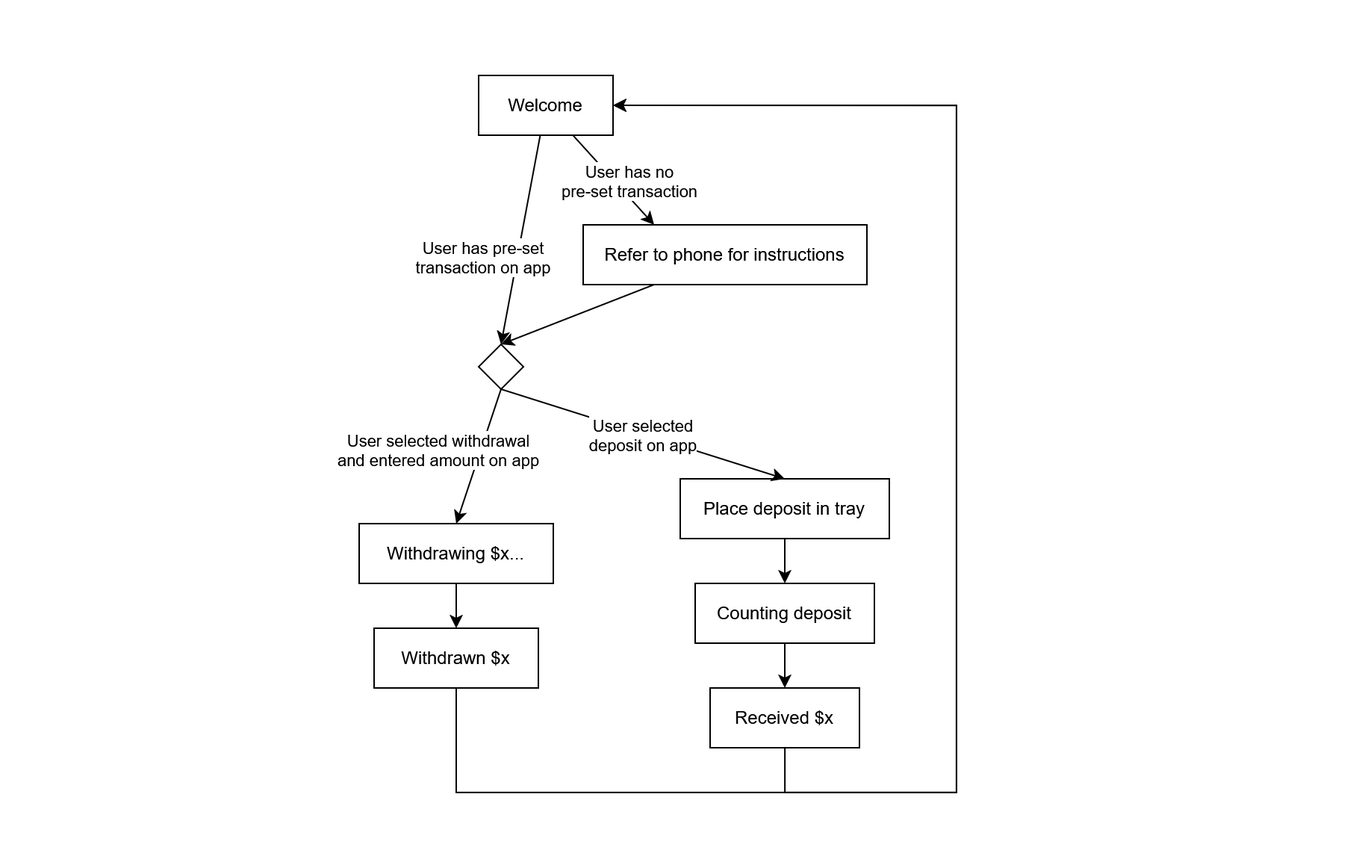
This is docs/atm-ui-flow.png from bombastic-bankers/bombastic-banking, a draw.io export, as it was before one commit. Source tidied: cells renumbered, new cells last; positions are measured from the earlier drawing's top-left corner, leaving out a move shared by most shapes. The source it was exported from:
```xml
<mxGraphModel>
  <root>
    <mxCell id="0" />
    <mxCell id="1" parent="0" />
    <mxCell id="2" style="rounded=0;whiteSpace=wrap;html=1;fillColor=none;strokeColor=none;" parent="1" vertex="1">
      <mxGeometry width="910" height="580" as="geometry" />
    </mxCell>
    <mxCell id="3" style="rounded=0;jettySize=auto;html=1;entryX=0.25;entryY=0;entryDx=0;entryDy=0;" parent="1" edge="1" source="7" target="9">
      <mxGeometry relative="1" as="geometry" />
    </mxCell>
    <mxCell id="4" value="&lt;div&gt;User has no&lt;/div&gt;&lt;div&gt;pre-set transaction&lt;/div&gt;" style="edgeLabel;html=1;align=center;verticalAlign=middle;rounded=0;" parent="3" vertex="1">
      <mxGeometry x="-0.2" relative="1" as="geometry">
        <mxPoint x="15" y="6" as="offset" />
      </mxGeometry>
    </mxCell>
    <mxCell id="5" style="jettySize=auto;html=1;rounded=0;entryX=0.5;entryY=0;entryDx=0;entryDy=0;" parent="1" edge="1" source="7" target="10">
      <mxGeometry relative="1" as="geometry" />
    </mxCell>
    <mxCell id="6" value="&lt;div&gt;User has pre-set&lt;/div&gt;&lt;div&gt;transaction on app&lt;/div&gt;" style="edgeLabel;html=1;align=center;verticalAlign=middle;rounded=0;" parent="5" vertex="1">
      <mxGeometry x="0.17" y="-1" relative="1" as="geometry">
        <mxPoint x="-22" as="offset" />
      </mxGeometry>
    </mxCell>
    <mxCell id="7" value="Welcome" style="rounded=0;whiteSpace=wrap;html=1;" parent="1" vertex="1">
      <mxGeometry x="320" y="50" width="90" height="40" as="geometry" />
    </mxCell>
    <mxCell id="8" style="jettySize=auto;html=1;exitX=0.25;exitY=1;exitDx=0;exitDy=0;entryX=0.5;entryY=0;entryDx=0;entryDy=0;rounded=0;" parent="1" edge="1" source="9" target="10">
      <mxGeometry relative="1" as="geometry" />
    </mxCell>
    <mxCell id="9" value="Refer to phone for instructions" style="rounded=0;whiteSpace=wrap;html=1;" parent="1" vertex="1">
      <mxGeometry x="390" y="150" width="190" height="40" as="geometry" />
    </mxCell>
    <mxCell id="10" style="rhombus;whiteSpace=wrap;html=1;rounded=0;" parent="1" vertex="1">
      <mxGeometry x="320" y="230" width="30" height="30" as="geometry" />
    </mxCell>
    <mxCell id="11" style="jettySize=auto;html=1;exitX=0.5;exitY=1;exitDx=0;exitDy=0;entryX=0.5;entryY=0;entryDx=0;entryDy=0;rounded=0;" parent="1" edge="1" source="10" target="13">
      <mxGeometry relative="1" as="geometry" />
    </mxCell>
    <mxCell id="12" value="&lt;div&gt;User selected withdrawal&lt;/div&gt;&lt;div&gt;and entered amount on app&lt;/div&gt;" style="edgeLabel;html=1;align=center;verticalAlign=middle;rounded=0;" parent="11" vertex="1">
      <mxGeometry x="-0.34" y="4" relative="1" as="geometry">
        <mxPoint x="-36" y="9" as="offset" />
      </mxGeometry>
    </mxCell>
    <mxCell id="13" value="Withdrawing $x..." style="rounded=0;whiteSpace=wrap;html=1;" parent="1" vertex="1">
      <mxGeometry x="240" y="350" width="130" height="40" as="geometry" />
    </mxCell>
    <mxCell id="14" style="jettySize=auto;html=1;entryX=0.5;entryY=0;entryDx=0;entryDy=0;rounded=0;" parent="1" edge="1" source="15" target="16">
      <mxGeometry relative="1" as="geometry" />
    </mxCell>
    <mxCell id="15" value="Place deposit in tray" style="rounded=0;whiteSpace=wrap;html=1;" parent="1" vertex="1">
      <mxGeometry x="455" y="320" width="140" height="40" as="geometry" />
    </mxCell>
    <mxCell id="16" value="Counting deposit" style="rounded=0;whiteSpace=wrap;html=1;" parent="1" vertex="1">
      <mxGeometry x="465" y="390" width="120" height="40" as="geometry" />
    </mxCell>
    <mxCell id="17" style="edgeStyle=orthogonalEdgeStyle;jettySize=auto;html=1;entryX=1;entryY=0.5;entryDx=0;entryDy=0;rounded=0;" parent="1" edge="1" source="18" target="7">
      <mxGeometry relative="1" as="geometry">
        <Array as="points">
          <mxPoint x="305" y="530" />
          <mxPoint x="640" y="530" />
          <mxPoint x="640" y="70" />
        </Array>
      </mxGeometry>
    </mxCell>
    <mxCell id="18" value="Withdrawn $x" style="rounded=0;whiteSpace=wrap;html=1;" parent="1" vertex="1">
      <mxGeometry x="250" y="420" width="110" height="40" as="geometry" />
    </mxCell>
    <mxCell id="19" style="jettySize=auto;html=1;exitX=0.5;exitY=1;exitDx=0;exitDy=0;rounded=0;" parent="1" edge="1" source="13" target="18">
      <mxGeometry relative="1" as="geometry" />
    </mxCell>
    <mxCell id="20" style="edgeStyle=orthogonalEdgeStyle;jettySize=auto;html=1;entryX=1;entryY=0.5;entryDx=0;entryDy=0;rounded=0;" parent="1" edge="1" source="21" target="7">
      <mxGeometry relative="1" as="geometry">
        <Array as="points">
          <mxPoint x="525" y="530" />
          <mxPoint x="640" y="530" />
          <mxPoint x="640" y="70" />
        </Array>
      </mxGeometry>
    </mxCell>
    <mxCell id="21" value="Received $x" style="rounded=0;whiteSpace=wrap;html=1;" parent="1" vertex="1">
      <mxGeometry x="475" y="460" width="100" height="40" as="geometry" />
    </mxCell>
    <mxCell id="22" style="jettySize=auto;html=1;exitX=0.5;exitY=1;exitDx=0;exitDy=0;entryX=0.5;entryY=0;entryDx=0;entryDy=0;rounded=0;" parent="1" edge="1" source="16" target="21">
      <mxGeometry relative="1" as="geometry" />
    </mxCell>
    <mxCell id="23" style="orthogonalLoop=1;jettySize=auto;html=1;exitX=0.5;exitY=1;exitDx=0;exitDy=0;entryX=0.5;entryY=0;entryDx=0;entryDy=0;rounded=0;" parent="1" edge="1">
      <mxGeometry relative="1" as="geometry">
        <mxPoint x="335" y="260" as="sourcePoint" />
        <mxPoint x="525" y="320" as="targetPoint" />
      </mxGeometry>
    </mxCell>
    <mxCell id="24" value="&lt;div&gt;User selected&lt;/div&gt;&lt;div&gt;deposit on app&lt;/div&gt;" style="edgeLabel;html=1;align=center;verticalAlign=middle;rounded=0;" parent="23" vertex="1">
      <mxGeometry x="-0.25" y="-2" relative="1" as="geometry">
        <mxPoint x="24" y="6" as="offset" />
      </mxGeometry>
    </mxCell>
  </root>
</mxGraphModel>
```
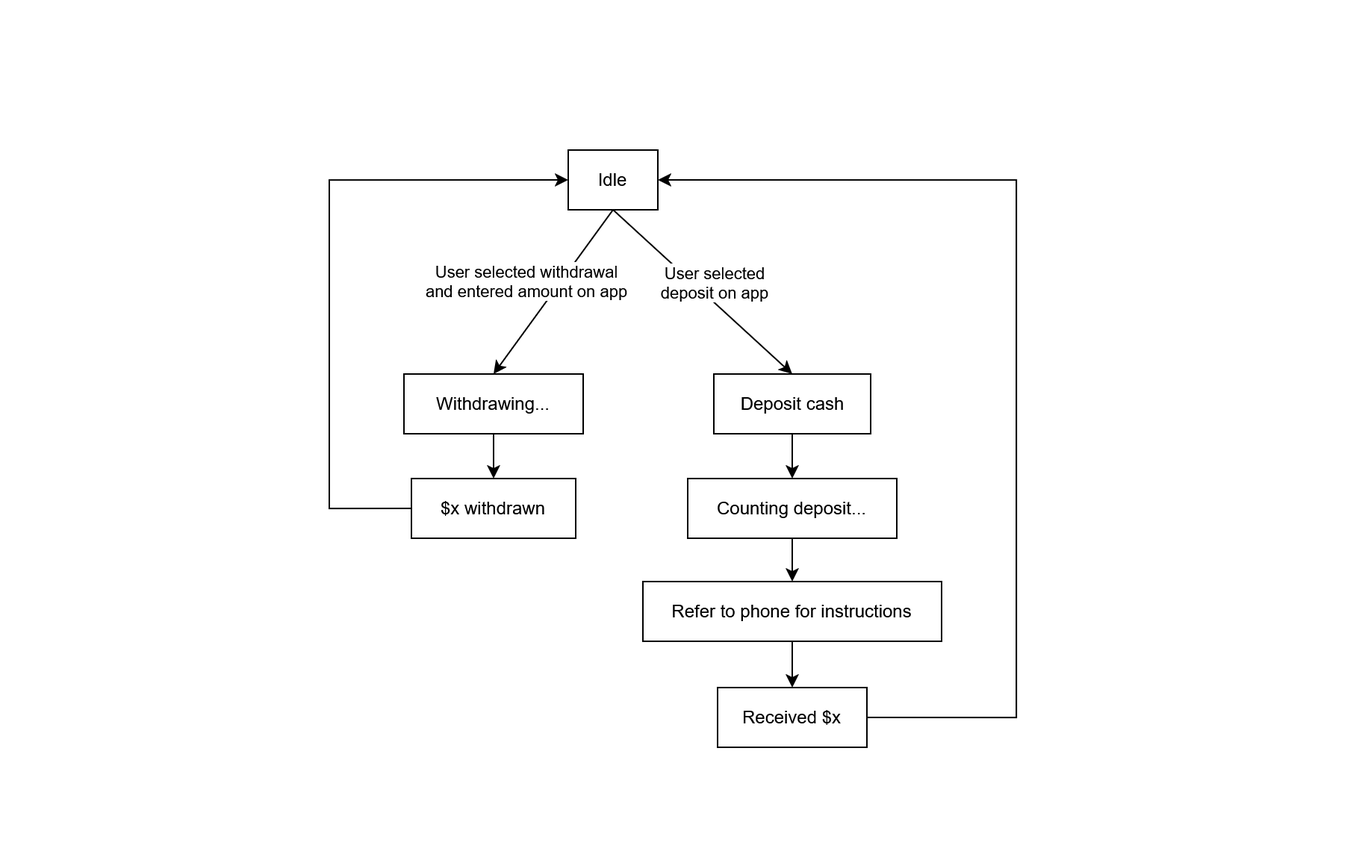
Later version of the same file.

Commit message:
Update ATM user flow diagram

Diff of the diagram source:
```diff
@@ -3,37 +3,12 @@
     <mxCell id="0" />
     <mxCell id="1" parent="0" />
     <mxCell id="2" style="rounded=0;whiteSpace=wrap;html=1;fillColor=none;strokeColor=none;" parent="1" vertex="1">
-      <mxGeometry width="910" height="580" as="geometry" />
+      <mxGeometry x="-750" y="120" width="910" height="580" as="geometry" />
     </mxCell>
-    <mxCell id="3" style="rounded=0;jettySize=auto;html=1;entryX=0.25;entryY=0;entryDx=0;entryDy=0;" parent="1" edge="1" source="7" target="9">
-      <mxGeometry relative="1" as="geometry" />
-    </mxCell>
-    <mxCell id="4" value="&lt;div&gt;User has no&lt;/div&gt;&lt;div&gt;pre-set transaction&lt;/div&gt;" style="edgeLabel;html=1;align=center;verticalAlign=middle;rounded=0;" parent="3" vertex="1">
-      <mxGeometry x="-0.2" relative="1" as="geometry">
-        <mxPoint x="15" y="6" as="offset" />
-      </mxGeometry>
-    </mxCell>
-    <mxCell id="5" style="jettySize=auto;html=1;rounded=0;entryX=0.5;entryY=0;entryDx=0;entryDy=0;" parent="1" edge="1" source="7" target="10">
-      <mxGeometry relative="1" as="geometry" />
-    </mxCell>
-    <mxCell id="6" value="&lt;div&gt;User has pre-set&lt;/div&gt;&lt;div&gt;transaction on app&lt;/div&gt;" style="edgeLabel;html=1;align=center;verticalAlign=middle;rounded=0;" parent="5" vertex="1">
-      <mxGeometry x="0.17" y="-1" relative="1" as="geometry">
-        <mxPoint x="-22" as="offset" />
-      </mxGeometry>
-    </mxCell>
-    <mxCell id="7" value="Welcome" style="rounded=0;whiteSpace=wrap;html=1;" parent="1" vertex="1">
-      <mxGeometry x="320" y="50" width="90" height="40" as="geometry" />
+    <mxCell id="7" value="Idle" style="rounded=0;whiteSpace=wrap;html=1;" parent="1" vertex="1">
+      <mxGeometry x="-370" y="220" width="60" height="40" as="geometry" />
     </mxCell>
-    <mxCell id="8" style="jettySize=auto;html=1;exitX=0.25;exitY=1;exitDx=0;exitDy=0;entryX=0.5;entryY=0;entryDx=0;entryDy=0;rounded=0;" parent="1" edge="1" source="9" target="10">
-      <mxGeometry relative="1" as="geometry" />
-    </mxCell>
-    <mxCell id="9" value="Refer to phone for instructions" style="rounded=0;whiteSpace=wrap;html=1;" parent="1" vertex="1">
-      <mxGeometry x="390" y="150" width="190" height="40" as="geometry" />
-    </mxCell>
-    <mxCell id="10" style="rhombus;whiteSpace=wrap;html=1;rounded=0;" parent="1" vertex="1">
-      <mxGeometry x="320" y="230" width="30" height="30" as="geometry" />
-    </mxCell>
-    <mxCell id="11" style="jettySize=auto;html=1;exitX=0.5;exitY=1;exitDx=0;exitDy=0;entryX=0.5;entryY=0;entryDx=0;entryDy=0;rounded=0;" parent="1" edge="1" source="10" target="13">
+    <mxCell id="11" style="jettySize=auto;html=1;entryX=0.5;entryY=0;entryDx=0;entryDy=0;rounded=0;exitX=0.5;exitY=1;exitDx=0;exitDy=0;" parent="1" edge="1" source="7" target="13">
       <mxGeometry relative="1" as="geometry" />
     </mxCell>
     <mxCell id="12" value="&lt;div&gt;User selected withdrawal&lt;/div&gt;&lt;div&gt;and entered amount on app&lt;/div&gt;" style="edgeLabel;html=1;align=center;verticalAlign=middle;rounded=0;" parent="11" vertex="1">
@@ -41,58 +16,59 @@
         <mxPoint x="-36" y="9" as="offset" />
       </mxGeometry>
     </mxCell>
-    <mxCell id="13" value="Withdrawing $x..." style="rounded=0;whiteSpace=wrap;html=1;" parent="1" vertex="1">
-      <mxGeometry x="240" y="350" width="130" height="40" as="geometry" />
+    <mxCell id="13" value="Withdrawing..." style="rounded=0;whiteSpace=wrap;html=1;" parent="1" vertex="1">
+      <mxGeometry x="-480" y="370" width="120" height="40" as="geometry" />
     </mxCell>
     <mxCell id="14" style="jettySize=auto;html=1;entryX=0.5;entryY=0;entryDx=0;entryDy=0;rounded=0;" parent="1" edge="1" source="15" target="16">
       <mxGeometry relative="1" as="geometry" />
     </mxCell>
-    <mxCell id="15" value="Place deposit in tray" style="rounded=0;whiteSpace=wrap;html=1;" parent="1" vertex="1">
-      <mxGeometry x="455" y="320" width="140" height="40" as="geometry" />
+    <mxCell id="15" value="Deposit cash" style="rounded=0;whiteSpace=wrap;html=1;" parent="1" vertex="1">
+      <mxGeometry x="-272.5" y="370" width="105" height="40" as="geometry" />
     </mxCell>
-    <mxCell id="16" value="Counting deposit" style="rounded=0;whiteSpace=wrap;html=1;" parent="1" vertex="1">
-      <mxGeometry x="465" y="390" width="120" height="40" as="geometry" />
+    <mxCell id="16" value="Counting deposit..." style="rounded=0;whiteSpace=wrap;html=1;" parent="1" vertex="1">
+      <mxGeometry x="-290" y="440" width="140" height="40" as="geometry" />
     </mxCell>
-    <mxCell id="17" style="edgeStyle=orthogonalEdgeStyle;jettySize=auto;html=1;entryX=1;entryY=0.5;entryDx=0;entryDy=0;rounded=0;" parent="1" edge="1" source="18" target="7">
+    <mxCell id="17" style="edgeStyle=orthogonalEdgeStyle;jettySize=auto;html=1;rounded=0;exitX=0;exitY=0.5;exitDx=0;exitDy=0;entryX=0;entryY=0.5;entryDx=0;entryDy=0;" parent="1" edge="1" source="18" target="7">
       <mxGeometry relative="1" as="geometry">
         <Array as="points">
-          <mxPoint x="305" y="530" />
-          <mxPoint x="640" y="530" />
-          <mxPoint x="640" y="70" />
+          <mxPoint x="-530" y="460" />
+          <mxPoint x="-530" y="240" />
         </Array>
       </mxGeometry>
     </mxCell>
-    <mxCell id="18" value="Withdrawn $x" style="rounded=0;whiteSpace=wrap;html=1;" parent="1" vertex="1">
-      <mxGeometry x="250" y="420" width="110" height="40" as="geometry" />
+    <mxCell id="18" value="$x withdrawn" style="rounded=0;whiteSpace=wrap;html=1;" parent="1" vertex="1">
+      <mxGeometry x="-475" y="440" width="110" height="40" as="geometry" />
     </mxCell>
     <mxCell id="19" style="jettySize=auto;html=1;exitX=0.5;exitY=1;exitDx=0;exitDy=0;rounded=0;" parent="1" edge="1" source="13" target="18">
       <mxGeometry relative="1" as="geometry" />
     </mxCell>
-    <mxCell id="20" style="edgeStyle=orthogonalEdgeStyle;jettySize=auto;html=1;entryX=1;entryY=0.5;entryDx=0;entryDy=0;rounded=0;" parent="1" edge="1" source="21" target="7">
+    <mxCell id="20" style="edgeStyle=orthogonalEdgeStyle;jettySize=auto;html=1;entryX=1;entryY=0.5;entryDx=0;entryDy=0;rounded=0;exitX=1;exitY=0.5;exitDx=0;exitDy=0;" parent="1" edge="1" source="21" target="7">
       <mxGeometry relative="1" as="geometry">
         <Array as="points">
-          <mxPoint x="525" y="530" />
-          <mxPoint x="640" y="530" />
-          <mxPoint x="640" y="70" />
+          <mxPoint x="-70" y="600" />
+          <mxPoint x="-70" y="240" />
         </Array>
       </mxGeometry>
     </mxCell>
     <mxCell id="21" value="Received $x" style="rounded=0;whiteSpace=wrap;html=1;" parent="1" vertex="1">
-      <mxGeometry x="475" y="460" width="100" height="40" as="geometry" />
+      <mxGeometry x="-270" y="580" width="100" height="40" as="geometry" />
     </mxCell>
-    <mxCell id="22" style="jettySize=auto;html=1;exitX=0.5;exitY=1;exitDx=0;exitDy=0;entryX=0.5;entryY=0;entryDx=0;entryDy=0;rounded=0;" parent="1" edge="1" source="16" target="21">
+    <mxCell id="22" style="jettySize=auto;html=1;exitX=0.5;exitY=1;exitDx=0;exitDy=0;entryX=0.5;entryY=0;entryDx=0;entryDy=0;rounded=0;" parent="1" edge="1" source="16" target="9">
       <mxGeometry relative="1" as="geometry" />
     </mxCell>
-    <mxCell id="23" style="orthogonalLoop=1;jettySize=auto;html=1;exitX=0.5;exitY=1;exitDx=0;exitDy=0;entryX=0.5;entryY=0;entryDx=0;entryDy=0;rounded=0;" parent="1" edge="1">
-      <mxGeometry relative="1" as="geometry">
-        <mxPoint x="335" y="260" as="sourcePoint" />
-        <mxPoint x="525" y="320" as="targetPoint" />
-      </mxGeometry>
+    <mxCell id="23" style="jettySize=auto;html=1;exitX=0.5;exitY=1;exitDx=0;exitDy=0;entryX=0.5;entryY=0;entryDx=0;entryDy=0;rounded=0;" parent="1" edge="1" source="7" target="15">
+      <mxGeometry relative="1" as="geometry" />
     </mxCell>
     <mxCell id="24" value="&lt;div&gt;User selected&lt;/div&gt;&lt;div&gt;deposit on app&lt;/div&gt;" style="edgeLabel;html=1;align=center;verticalAlign=middle;rounded=0;" parent="23" vertex="1">
       <mxGeometry x="-0.25" y="-2" relative="1" as="geometry">
         <mxPoint x="24" y="6" as="offset" />
       </mxGeometry>
     </mxCell>
+    <mxCell id="25" style="edgeStyle=orthogonalEdgeStyle;rounded=0;jettySize=auto;html=1;" parent="1" edge="1" source="9" target="21">
+      <mxGeometry relative="1" as="geometry" />
+    </mxCell>
+    <mxCell id="9" value="Refer to phone for instructions" style="rounded=0;whiteSpace=wrap;html=1;" parent="1" vertex="1">
+      <mxGeometry x="-320" y="509" width="200" height="40" as="geometry" />
+    </mxCell>
   </root>
 </mxGraphModel>
```
